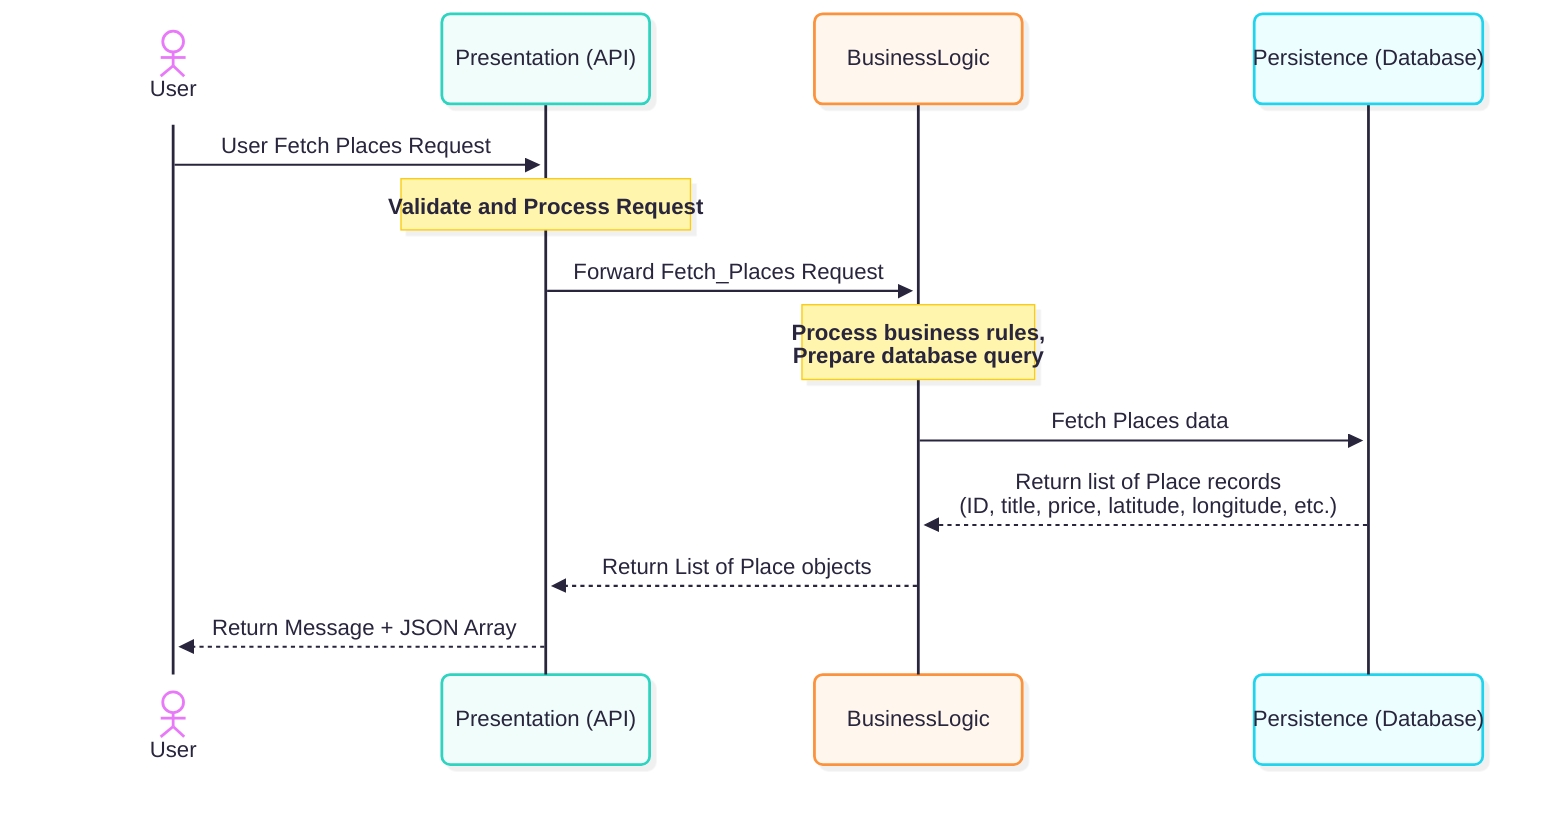
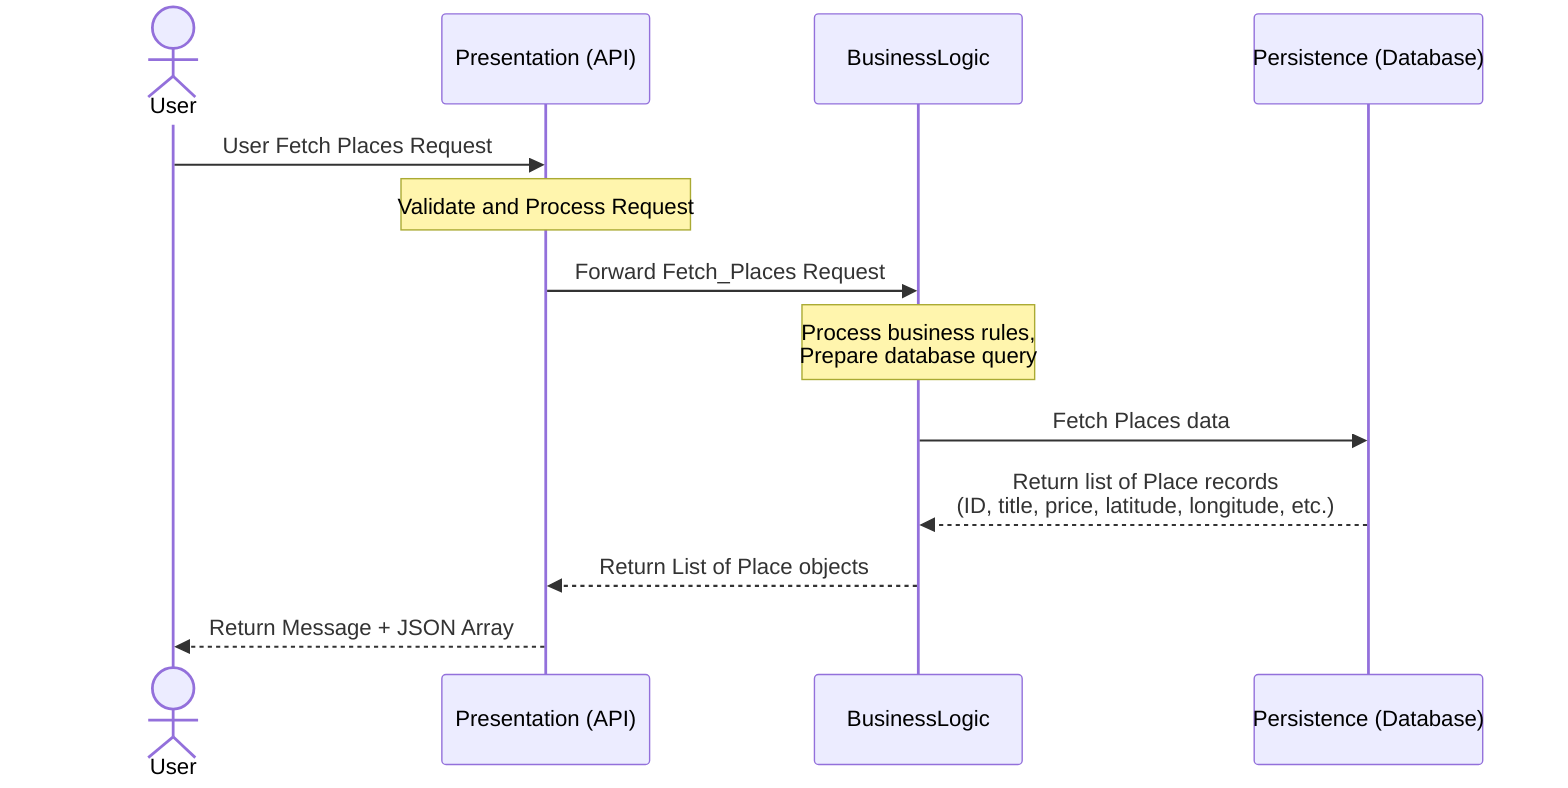
- ```mermaid
- ---
- config:
-   layout: dagre
-   theme: redux-color
-   look: neo
- ---
sequenceDiagram
  actor A1 as User
  participant API as Presentation (API)
  participant BusinessLogic
  participant Persistence as Persistence (Database)

A1 ->> API: User Fetch Places Request
Note over API: Validate and Process Request
API ->> BusinessLogic: Forward Fetch_Places Request
Note over BusinessLogic: Process business rules,<br> Prepare database query
BusinessLogic ->> Persistence: Fetch Places data
Persistence -->> BusinessLogic: Return list of Place records <br>(ID, title, price, latitude, longitude, etc.)
BusinessLogic -->> API: Return List of Place objects
API -->> A1: Return Message + JSON Array
- ```